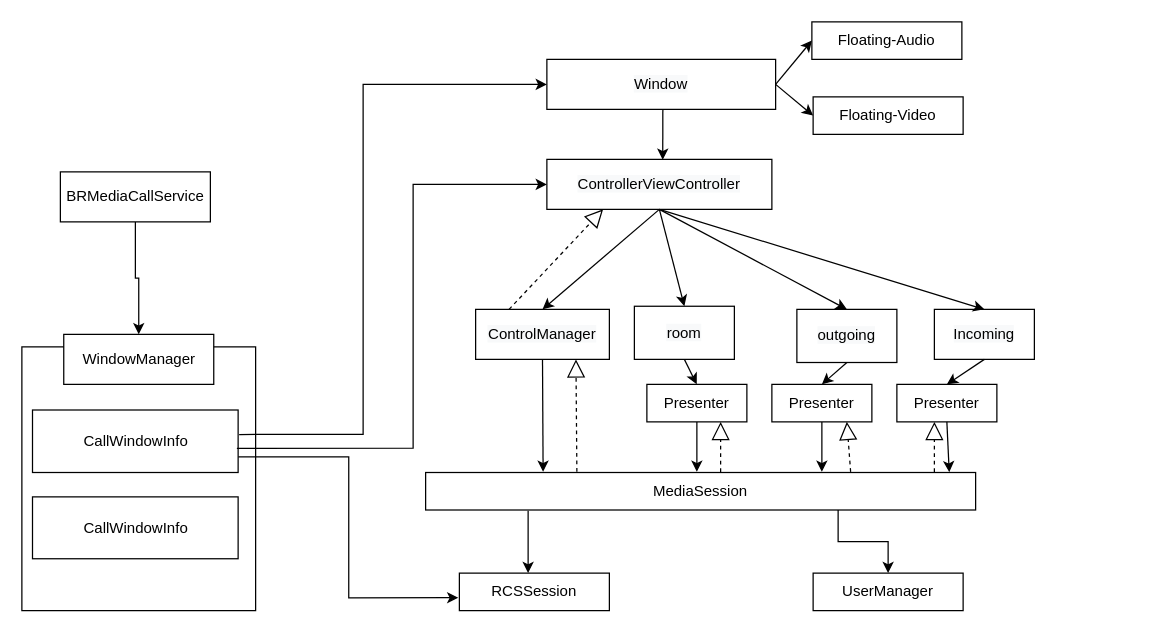
This is 改进图 的副本.drawio from brookchenli/drawio, a draw.io file, before an edit. Source tidied: cells renumbered, new cells numbered last; positions are measured from the earlier drawing's top-left corner, leaving out a move shared by most shapes. Both pictures are drawn from the tidied source at 125%, with x=0, y=0 at pixel (21, 21).
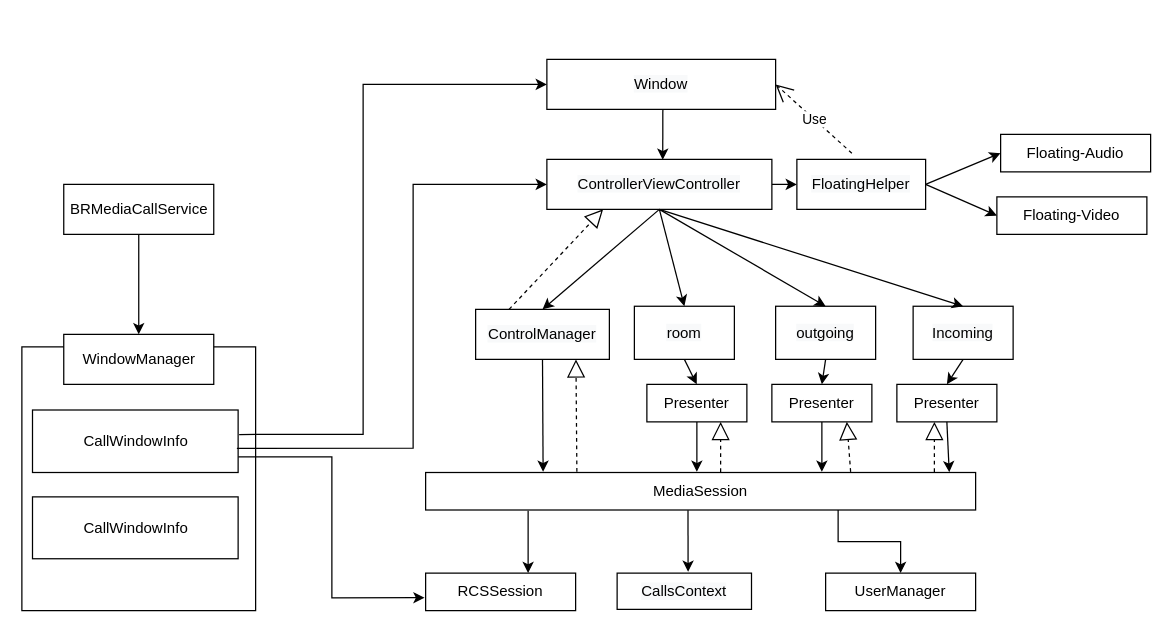
After the change.

Unchanged cells that the change refers to:
```xml
<mxCell id="4" value="&lt;span style=&quot;color: rgb(0 , 0 , 0) ; font-family: &amp;#34;helvetica&amp;#34; ; font-size: 12px ; font-style: normal ; font-weight: 400 ; letter-spacing: normal ; text-align: center ; text-indent: 0px ; text-transform: none ; word-spacing: 0px ; background-color: rgb(248 , 249 , 250) ; display: inline ; float: none&quot;&gt;Window&lt;br&gt;&lt;/span&gt;" style="rounded=0;whiteSpace=wrap;html=1;" parent="1" vertex="1">
  <mxGeometry x="420" y="30" width="183" height="40" as="geometry" />
</mxCell>
<mxCell id="5" value="&lt;span style=&quot;color: rgb(0 , 0 , 0) ; font-family: &amp;#34;helvetica&amp;#34; ; font-size: 12px ; font-style: normal ; font-weight: 400 ; letter-spacing: normal ; text-align: center ; text-indent: 0px ; text-transform: none ; word-spacing: 0px ; background-color: rgb(248 , 249 , 250) ; display: inline ; float: none&quot;&gt;ControllerViewController&lt;br&gt;&lt;/span&gt;" style="rounded=0;whiteSpace=wrap;html=1;" parent="1" vertex="1">
  <mxGeometry x="420" y="110" width="180" height="40" as="geometry" />
</mxCell>
<mxCell id="11" value="MediaSession" style="rounded=0;whiteSpace=wrap;html=1;" parent="1" vertex="1">
  <mxGeometry x="323" y="360.5" width="440" height="30" as="geometry" />
</mxCell>
<mxCell id="45" value="WindowManager" style="rounded=0;whiteSpace=wrap;html=1;" parent="1" vertex="1">
  <mxGeometry x="33.5" y="250" width="120" height="40" as="geometry" />
</mxCell>
```

Change to the diagram source:
```diff
@@
-    <mxCell id="2" style="edgeStyle=orthogonalEdgeStyle;rounded=0;jettySize=auto;html=1;exitX=0.5;exitY=1;exitDx=0;exitDy=0;entryX=0.5;entryY=0;entryDx=0;entryDy=0;" parent="1" edge="1" source="3" target="45">
-      <mxGeometry relative="1" as="geometry" />
-    </mxCell>
     <mxCell id="3" value="BRMediaCallService" style="rounded=0;whiteSpace=wrap;html=1;" parent="1" vertex="1">
-      <mxGeometry x="30.8" y="120" width="120" height="40" as="geometry" />
+      <mxGeometry x="33.5" y="130" width="120" height="40" as="geometry" />
     </mxCell>
@@
+    <mxCell id="46" style="edgeStyle=orthogonalEdgeStyle;rounded=0;jettySize=auto;html=1;exitX=1;exitY=0.5;exitDx=0;exitDy=0;entryX=0;entryY=0.5;entryDx=0;entryDy=0;" parent="1" edge="1" source="5" target="47">
+      <mxGeometry relative="1" as="geometry" />
+    </mxCell>
@@
     <mxCell id="6" value="&lt;span style=&quot;color: rgb(0 , 0 , 0) ; font-family: &amp;#34;helvetica&amp;#34; ; font-size: 12px ; font-style: normal ; font-weight: 400 ; letter-spacing: normal ; text-align: center ; text-indent: 0px ; text-transform: none ; word-spacing: 0px ; background-color: rgb(248 , 249 , 250) ; display: inline ; float: none&quot;&gt;Incoming&lt;br&gt;&lt;/span&gt;" style="rounded=0;whiteSpace=wrap;html=1;" parent="1" vertex="1">
-      <mxGeometry x="730" y="230" width="80" height="40" as="geometry" />
+      <mxGeometry x="713" y="227.5" width="80" height="42.5" as="geometry" />
     </mxCell>
     <mxCell id="7" value="&lt;span style=&quot;color: rgb(0 , 0 , 0) ; font-family: &amp;#34;helvetica&amp;#34; ; font-size: 12px ; font-style: normal ; font-weight: 400 ; letter-spacing: normal ; text-align: center ; text-indent: 0px ; text-transform: none ; word-spacing: 0px ; background-color: rgb(248 , 249 , 250) ; display: inline ; float: none&quot;&gt;outgoing&lt;br&gt;&lt;/span&gt;" style="rounded=0;whiteSpace=wrap;html=1;" parent="1" vertex="1">
-      <mxGeometry x="620" y="230" width="80" height="42.5" as="geometry" />
+      <mxGeometry x="603" y="227.5" width="80" height="42.5" as="geometry" />
     </mxCell>
@@
     <mxCell id="12" value="RCSSession" style="rounded=0;whiteSpace=wrap;html=1;" parent="1" vertex="1">
-      <mxGeometry x="350" y="441" width="120" height="30" as="geometry" />
+      <mxGeometry x="323" y="441" width="120" height="30" as="geometry" />
     </mxCell>
@@
     <mxCell id="40" value="Floating-Audio" style="rounded=0;whiteSpace=wrap;html=1;" parent="1" vertex="1">
-      <mxGeometry x="632" width="120" height="30" as="geometry" />
+      <mxGeometry x="783" y="90" width="120" height="30" as="geometry" />
     </mxCell>
     <mxCell id="41" value="Floating-Video" style="rounded=0;whiteSpace=wrap;html=1;" parent="1" vertex="1">
-      <mxGeometry x="633" y="60" width="120" height="30" as="geometry" />
+      <mxGeometry x="780" y="140" width="120" height="30" as="geometry" />
     </mxCell>
-    <mxCell id="42" style="endArrow=classic;html=1;rounded=0;exitX=1;exitY=0.5;exitDx=0;exitDy=0;entryX=0;entryY=0.5;entryDx=0;entryDy=0;" parent="1" edge="1" source="4" target="40">
-      <mxGeometry relative="1" as="geometry" />
-    </mxCell>
-    <mxCell id="43" style="endArrow=classic;html=1;rounded=0;exitX=1;exitY=0.5;exitDx=0;exitDy=0;entryX=0;entryY=0.5;entryDx=0;entryDy=0;" parent="1" edge="1" source="4" target="41">
+    <mxCell id="43" style="endArrow=classic;html=1;rounded=0;exitX=1;exitY=0.5;exitDx=0;exitDy=0;entryX=0;entryY=0.5;entryDx=0;entryDy=0;" parent="1" edge="1" source="47" target="41">
       <mxGeometry relative="1" as="geometry" />
     </mxCell>
     <mxCell id="44" value="UserManager" style="rounded=0;whiteSpace=wrap;html=1;" parent="1" vertex="1">
-      <mxGeometry x="633" y="441" width="120" height="30" as="geometry" />
+      <mxGeometry x="643" y="441" width="120" height="30" as="geometry" />
     </mxCell>
@@
+    <mxCell id="47" value="&lt;span style=&quot;color: rgb(0 , 0 , 0) ; font-family: &amp;#34;helvetica&amp;#34; ; font-size: 12px ; font-style: normal ; font-weight: 400 ; letter-spacing: normal ; text-align: center ; text-indent: 0px ; text-transform: none ; word-spacing: 0px ; background-color: rgb(248 , 249 , 250) ; display: inline ; float: none&quot;&gt;FloatingHelper&lt;br&gt;&lt;/span&gt;" style="rounded=0;whiteSpace=wrap;html=1;" parent="1" vertex="1">
+      <mxGeometry x="620" y="110" width="103" height="40" as="geometry" />
+    </mxCell>
+    <mxCell id="48" style="endArrow=classic;html=1;rounded=0;exitX=1;exitY=0.5;exitDx=0;exitDy=0;entryX=0;entryY=0.5;entryDx=0;entryDy=0;" parent="1" edge="1" source="47" target="40">
+      <mxGeometry relative="1" as="geometry" />
+    </mxCell>
+    <mxCell id="2" style="endArrow=classic;html=1;rounded=0;exitX=0.5;exitY=1;exitDx=0;exitDy=0;entryX=0.5;entryY=0;entryDx=0;entryDy=0;" parent="1" edge="1" source="3" target="45">
+      <mxGeometry relative="1" as="geometry" />
+    </mxCell>
+    <mxCell id="49" value="Use" style="endArrow=open;endSize=12;dashed=1;html=1;rounded=0;exitX=0.427;exitY=-0.124;exitDx=0;exitDy=0;exitPerimeter=0;entryX=1;entryY=0.5;entryDx=0;entryDy=0;" parent="1" edge="1" source="47" target="4">
+      <mxGeometry relative="1" as="geometry" />
+    </mxCell>
+    <mxCell id="50" value="&lt;span style=&quot;color: rgb(0 , 0 , 0) ; font-family: &amp;#34;helvetica&amp;#34; ; font-size: 12px ; font-style: normal ; font-weight: 400 ; letter-spacing: normal ; text-align: center ; text-indent: 0px ; text-transform: none ; word-spacing: 0px ; background-color: rgb(248 , 249 , 250) ; display: inline ; float: none&quot;&gt;CallsContext&lt;br&gt;&lt;/span&gt;" style="rounded=0;whiteSpace=wrap;html=1;" parent="1" vertex="1">
+      <mxGeometry x="476.2" y="441" width="107.5" height="29" as="geometry" />
+    </mxCell>
+    <mxCell id="51" style="endArrow=classic;html=1;rounded=0;exitX=0.477;exitY=1.006;exitDx=0;exitDy=0;exitPerimeter=0;" parent="1" edge="1" source="11">
+      <mxGeometry relative="1" as="geometry">
+        <mxPoint x="533" y="440" as="targetPoint" />
+      </mxGeometry>
+    </mxCell>
```
